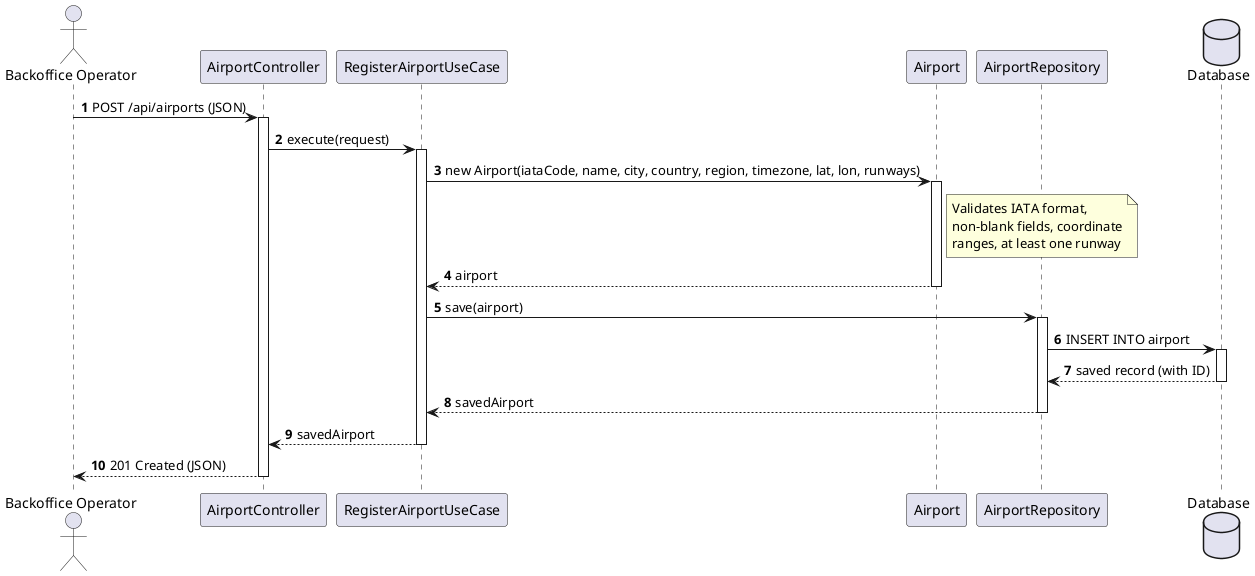
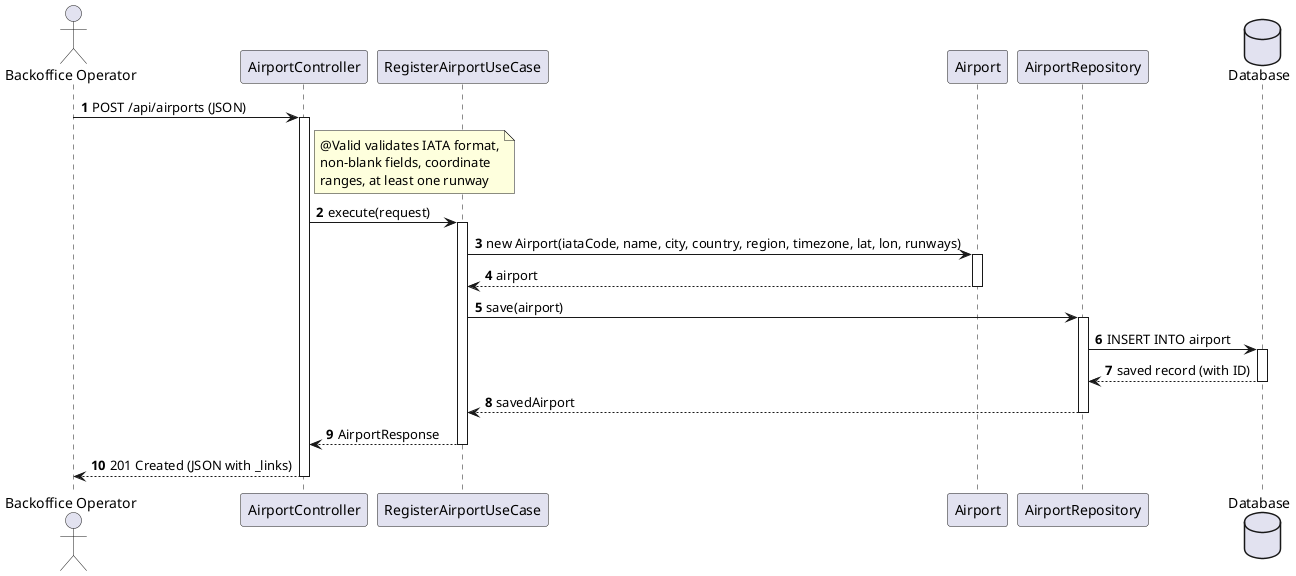
@startuml
autonumber
actor "Backoffice Operator" as BO
participant "AirportController" as Ctrl
participant "RegisterAirportUseCase" as UC
participant "Airport" as Entity
participant "AirportRepository" as Repo
database "Database" as DB

BO -> Ctrl : POST /api/airports (JSON)
activate Ctrl

+ note right of Ctrl : @Valid validates IATA format,\nnon-blank fields, coordinate\nranges, at least one runway
+ 
Ctrl -> UC : execute(request)
activate UC

UC -> Entity : new Airport(iataCode, name, city, country, region, timezone, lat, lon, runways)
activate Entity
- note right of Entity : Validates IATA format,\nnon-blank fields, coordinate\nranges, at least one runway
Entity --> UC : airport
deactivate Entity

UC -> Repo : save(airport)
activate Repo
Repo -> DB : INSERT INTO airport
activate DB
DB --> Repo : saved record (with ID)
deactivate DB
Repo --> UC : savedAirport
deactivate Repo

- UC --> Ctrl : savedAirport
+ UC --> Ctrl : AirportResponse
deactivate UC

- Ctrl --> BO : 201 Created (JSON)
+ Ctrl --> BO : 201 Created (JSON with _links)
deactivate Ctrl
@enduml
